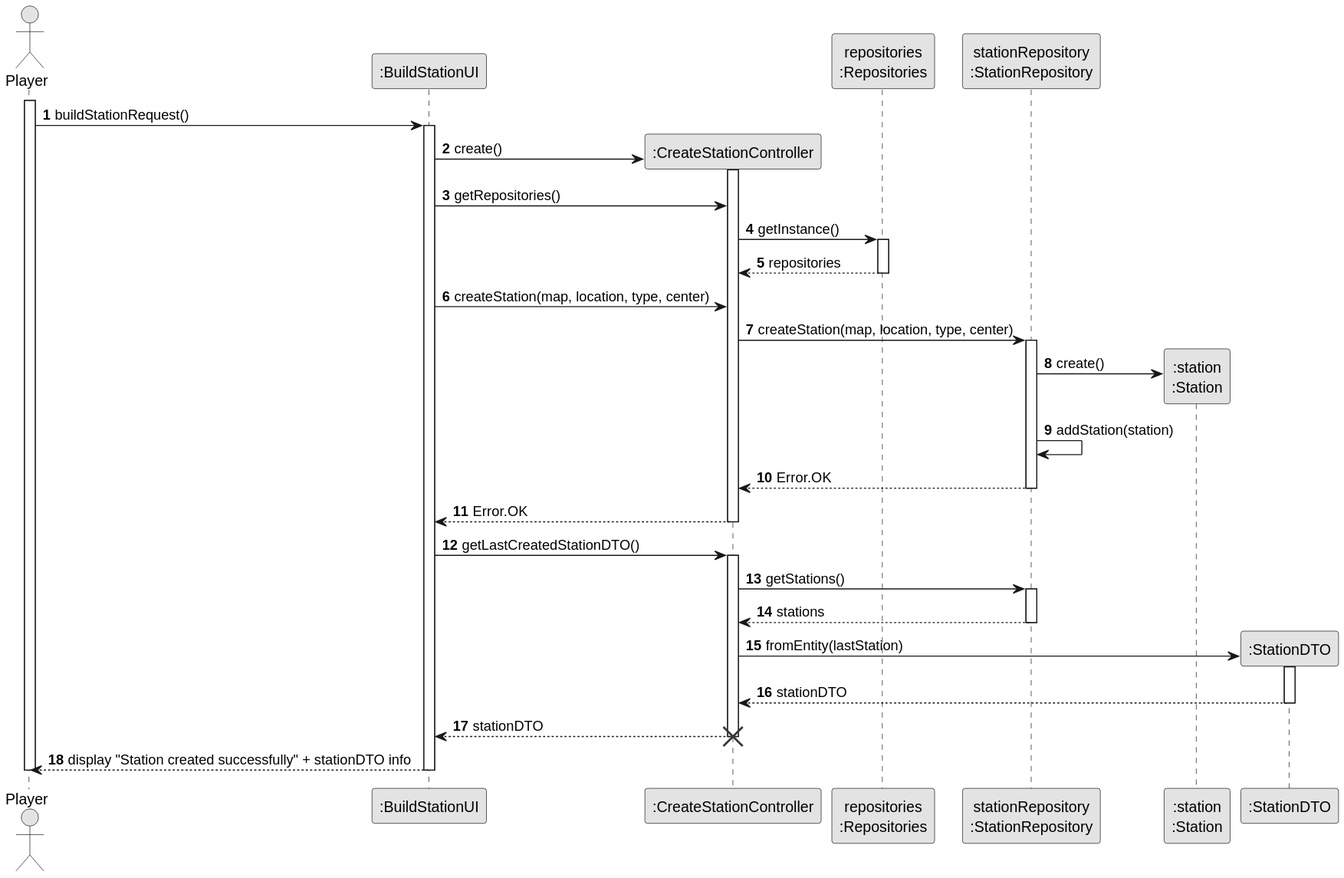
The PlantUML diagram docs/system-documentation/US005/03.design/svg/US005-SD-createAndSuccess.svg in goncalolopesp/sem2-pi-24.25-g093-repo, before a commit.
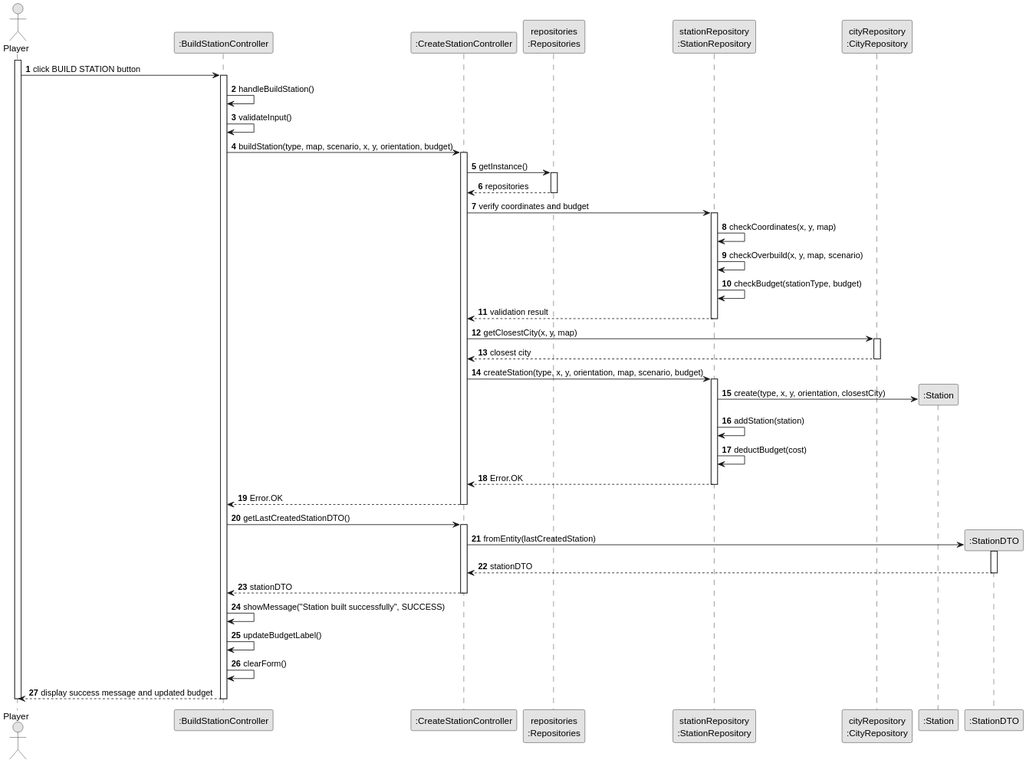
The same file after the commit.

The edit, as a diff of the source:
```diff
@@ -6,55 +6,65 @@
 autonumber
 
 actor "Player" as Player
-participant ":BuildStationUI" as BuildStationUI
+participant ":BuildStationController" as BuildStationController
 participant ":CreateStationController" as CreateStationController
 participant "repositories\n:Repositories" as Repositories
 participant "stationRepository\n:StationRepository" as StationRepository
+participant "cityRepository\n:CityRepository" as CityRepository
 
 activate Player
-Player -> BuildStationUI : buildStationRequest()
-activate BuildStationUI
-create CreateStationController
-BuildStationUI -> CreateStationController : create()
+Player -> BuildStationController : click BUILD STATION button
+activate BuildStationController
+BuildStationController -> BuildStationController : handleBuildStation()
+BuildStationController -> BuildStationController : validateInput()
+
+BuildStationController -> CreateStationController : buildStation(type, map, scenario, x, y, orientation, budget)
 activate CreateStationController
 
-BuildStationUI -> CreateStationController : getRepositories()
 CreateStationController -> Repositories : getInstance()
 activate Repositories
 Repositories --> CreateStationController : repositories
 deactivate Repositories
 
-BuildStationUI -> CreateStationController : createStation(map, location, type, center)
-CreateStationController -> StationRepository : createStation(map, location, type, center)
+CreateStationController -> StationRepository : verify coordinates and budget
 activate StationRepository
+StationRepository -> StationRepository : checkCoordinates(x, y, map)
+StationRepository -> StationRepository : checkOverbuild(x, y, map, scenario)
+StationRepository -> StationRepository : checkBudget(stationType, budget)
+StationRepository --> CreateStationController : validation result
+deactivate StationRepository
 
-create ":station\n:Station" as Station
-StationRepository -> Station : create()
+CreateStationController -> CityRepository : getClosestCity(x, y, map)
+activate CityRepository
+CityRepository --> CreateStationController : closest city
+deactivate CityRepository
+
+CreateStationController -> StationRepository : createStation(type, x, y, orientation, map, scenario, budget)
+activate StationRepository
+create ":Station" as Station
+StationRepository -> Station : create(type, x, y, orientation, closestCity)
 StationRepository -> StationRepository : addStation(station)
+StationRepository -> StationRepository : deductBudget(cost)
 StationRepository --> CreateStationController : Error.OK
 deactivate StationRepository
 
-CreateStationController --> BuildStationUI : Error.OK
+CreateStationController --> BuildStationController : Error.OK
 deactivate CreateStationController
 
-BuildStationUI -> CreateStationController : getLastCreatedStationDTO()
+BuildStationController -> CreateStationController : getLastCreatedStationDTO()
 activate CreateStationController
-CreateStationController -> StationRepository : getStations()
-activate StationRepository
-StationRepository --> CreateStationController : stations
-deactivate StationRepository
-
 create ":StationDTO" as StationDTO
-CreateStationController -> StationDTO : fromEntity(lastStation)
+CreateStationController -> StationDTO : fromEntity(lastCreatedStation)
 activate StationDTO
 StationDTO --> CreateStationController : stationDTO
 deactivate StationDTO
-CreateStationController --> BuildStationUI : stationDTO
+CreateStationController --> BuildStationController : stationDTO
 deactivate CreateStationController
 
-destroy CreateStationController
-
-BuildStationUI --> Player : display "Station created successfully" + stationDTO info
-deactivate BuildStationUI
+BuildStationController -> BuildStationController : showMessage("Station built successfully", SUCCESS)
+BuildStationController -> BuildStationController : updateBudgetLabel()
+BuildStationController -> BuildStationController : clearForm()
+BuildStationController --> Player : display success message and updated budget
+deactivate BuildStationController
 deactivate Player
 @enduml
```
